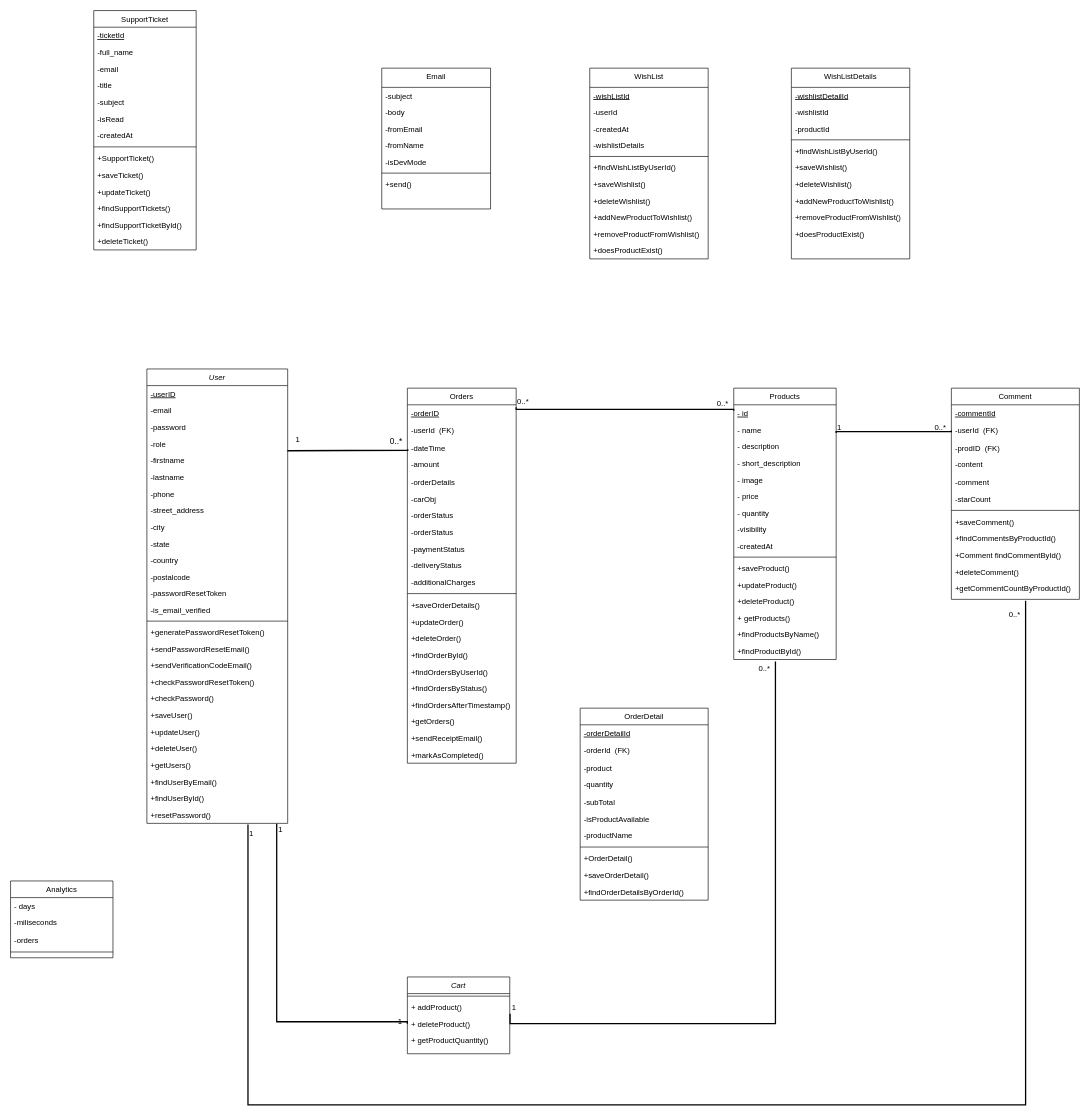
The draw.io diagram assets/diagrams/Class Diagram.drawio in isira-adithya/PUSL2024, before the edit. Source tidied: cells renumbered, new cells numbered last; positions are measured from the earlier drawing's top-left corner, leaving out a move shared by most shapes. Both pictures are drawn from the tidied source at 64%, with x=0, y=0 at pixel (10, 10).
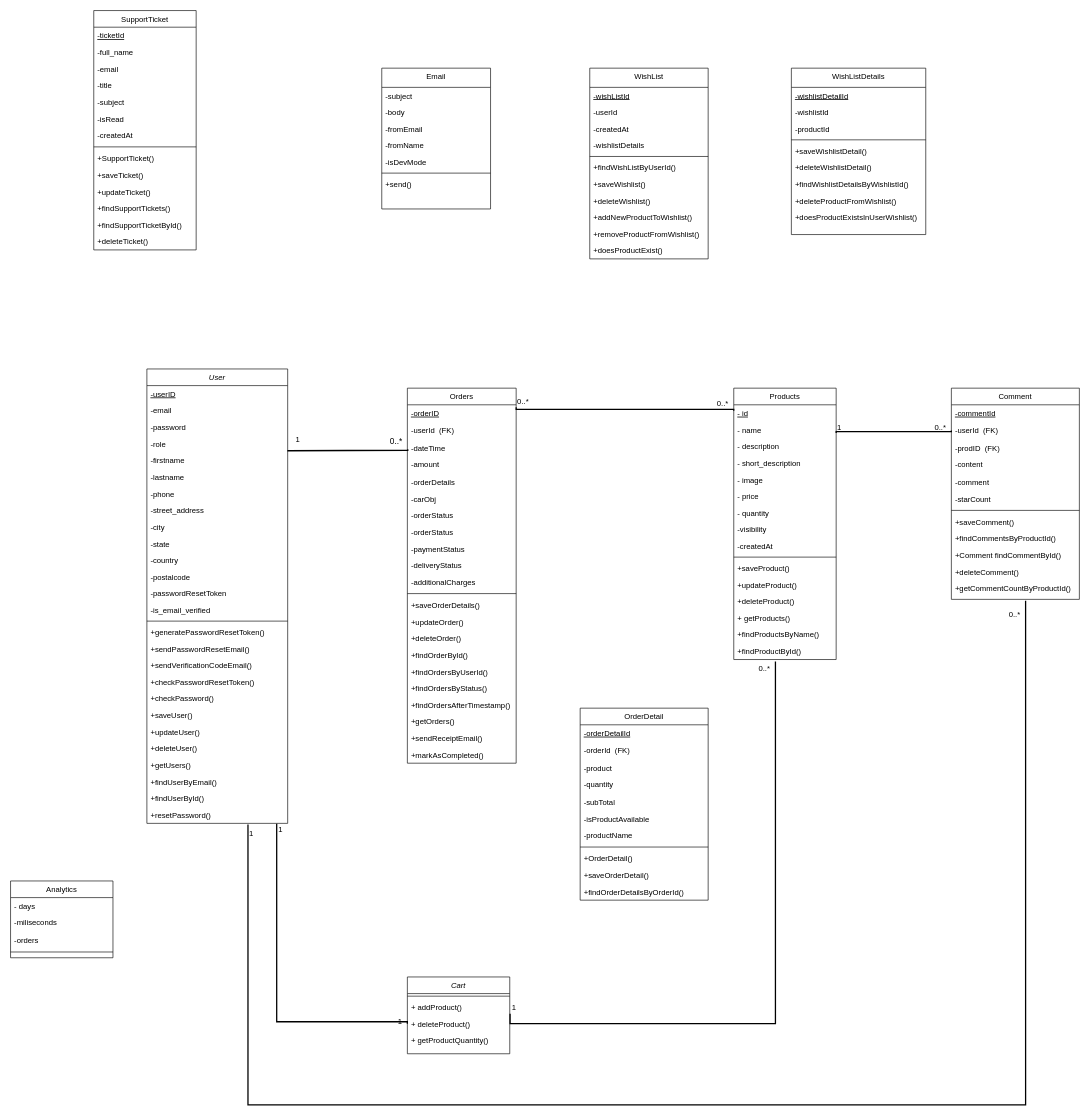
The same diagram, later.

Commit message:
updated WishListDetails class, class diagram

Change to the diagram source:
```diff
@@
     <mxCell id="158" value="WishListDetails" style="swimlane;fontStyle=0;align=center;verticalAlign=top;horizontal=1;startSize=30;rounded=0;shadow=0;strokeWidth=1;" parent="1" vertex="1">
-      <mxGeometry x="1220" y="90" width="185" height="298" as="geometry" />
+      <mxGeometry x="1220" y="90" width="210" height="260" as="geometry" />
     </mxCell>
     <mxCell id="159" value="-wishlistDetailId" style="text;align=left;verticalAlign=top;spacingLeft=4;spacingRight=4;overflow=hidden;fontStyle=4;" parent="158" vertex="1">
-      <mxGeometry y="30" width="185" height="26" as="geometry" />
+      <mxGeometry y="30" width="210" height="26" as="geometry" />
     </mxCell>
     <mxCell id="160" value="-wishlistId" style="text;align=left;verticalAlign=top;spacingLeft=4;spacingRight=4;overflow=hidden;" parent="158" vertex="1">
-      <mxGeometry y="56" width="185" height="26" as="geometry" />
+      <mxGeometry y="56" width="210" height="26" as="geometry" />
     </mxCell>
     <mxCell id="161" value="-productId" style="text;align=left;verticalAlign=top;spacingLeft=4;spacingRight=4;overflow=hidden;" parent="158" vertex="1">
-      <mxGeometry y="82" width="185" height="26" as="geometry" />
+      <mxGeometry y="82" width="210" height="26" as="geometry" />
     </mxCell>
     <mxCell id="162" style="line;html=1;strokeWidth=1;align=left;verticalAlign=middle;spacingTop=-1;spacingLeft=3;spacingRight=3;labelPosition=right;" parent="158" vertex="1">
-      <mxGeometry y="108" width="185" height="8" as="geometry" />
+      <mxGeometry y="108" width="210" height="8" as="geometry" />
     </mxCell>
-    <mxCell id="163" value="+findWishListByUserId()" style="text;align=left;verticalAlign=top;spacingLeft=4;spacingRight=4;overflow=hidden;" parent="158" vertex="1">
-      <mxGeometry y="116" width="185" height="26" as="geometry" />
+    <mxCell id="163" value="+saveWishlistDetail()" style="text;align=left;verticalAlign=top;spacingLeft=4;spacingRight=4;overflow=hidden;" parent="158" vertex="1">
+      <mxGeometry y="116" width="210" height="26" as="geometry" />
     </mxCell>
-    <mxCell id="164" value="+saveWishlist()" style="text;align=left;verticalAlign=top;spacingLeft=4;spacingRight=4;overflow=hidden;" parent="158" vertex="1">
-      <mxGeometry y="142" width="185" height="26" as="geometry" />
+    <mxCell id="164" value="+deleteWishlistDetail()" style="text;align=left;verticalAlign=top;spacingLeft=4;spacingRight=4;overflow=hidden;" parent="158" vertex="1">
+      <mxGeometry y="142" width="210" height="26" as="geometry" />
     </mxCell>
-    <mxCell id="165" value="+deleteWishlist()" style="text;align=left;verticalAlign=top;spacingLeft=4;spacingRight=4;overflow=hidden;" parent="158" vertex="1">
-      <mxGeometry y="168" width="185" height="26" as="geometry" />
+    <mxCell id="165" value="+findWishlistDetailsByWishlistId()" style="text;align=left;verticalAlign=top;spacingLeft=4;spacingRight=4;overflow=hidden;" parent="158" vertex="1">
+      <mxGeometry y="168" width="210" height="26" as="geometry" />
     </mxCell>
-    <mxCell id="166" value="+addNewProductToWishlist()" style="text;align=left;verticalAlign=top;spacingLeft=4;spacingRight=4;overflow=hidden;" parent="158" vertex="1">
-      <mxGeometry y="194" width="185" height="26" as="geometry" />
+    <mxCell id="166" value="+deleteProductFromWishlist()" style="text;align=left;verticalAlign=top;spacingLeft=4;spacingRight=4;overflow=hidden;" parent="158" vertex="1">
+      <mxGeometry y="194" width="210" height="26" as="geometry" />
     </mxCell>
-    <mxCell id="167" value="+removeProductFromWishlist()" style="text;align=left;verticalAlign=top;spacingLeft=4;spacingRight=4;overflow=hidden;" parent="158" vertex="1">
-      <mxGeometry y="220" width="185" height="26" as="geometry" />
+    <mxCell id="167" value="+doesProductExistsInUserWishlist()" style="text;align=left;verticalAlign=top;spacingLeft=4;spacingRight=4;overflow=hidden;" parent="158" vertex="1">
+      <mxGeometry y="220" width="210" height="26" as="geometry" />
     </mxCell>
-    <mxCell id="168" value="+doesProductExist()" style="text;align=left;verticalAlign=top;spacingLeft=4;spacingRight=4;overflow=hidden;" parent="158" vertex="1">
-      <mxGeometry y="246" width="185" height="26" as="geometry" />
-    </mxCell>
```
